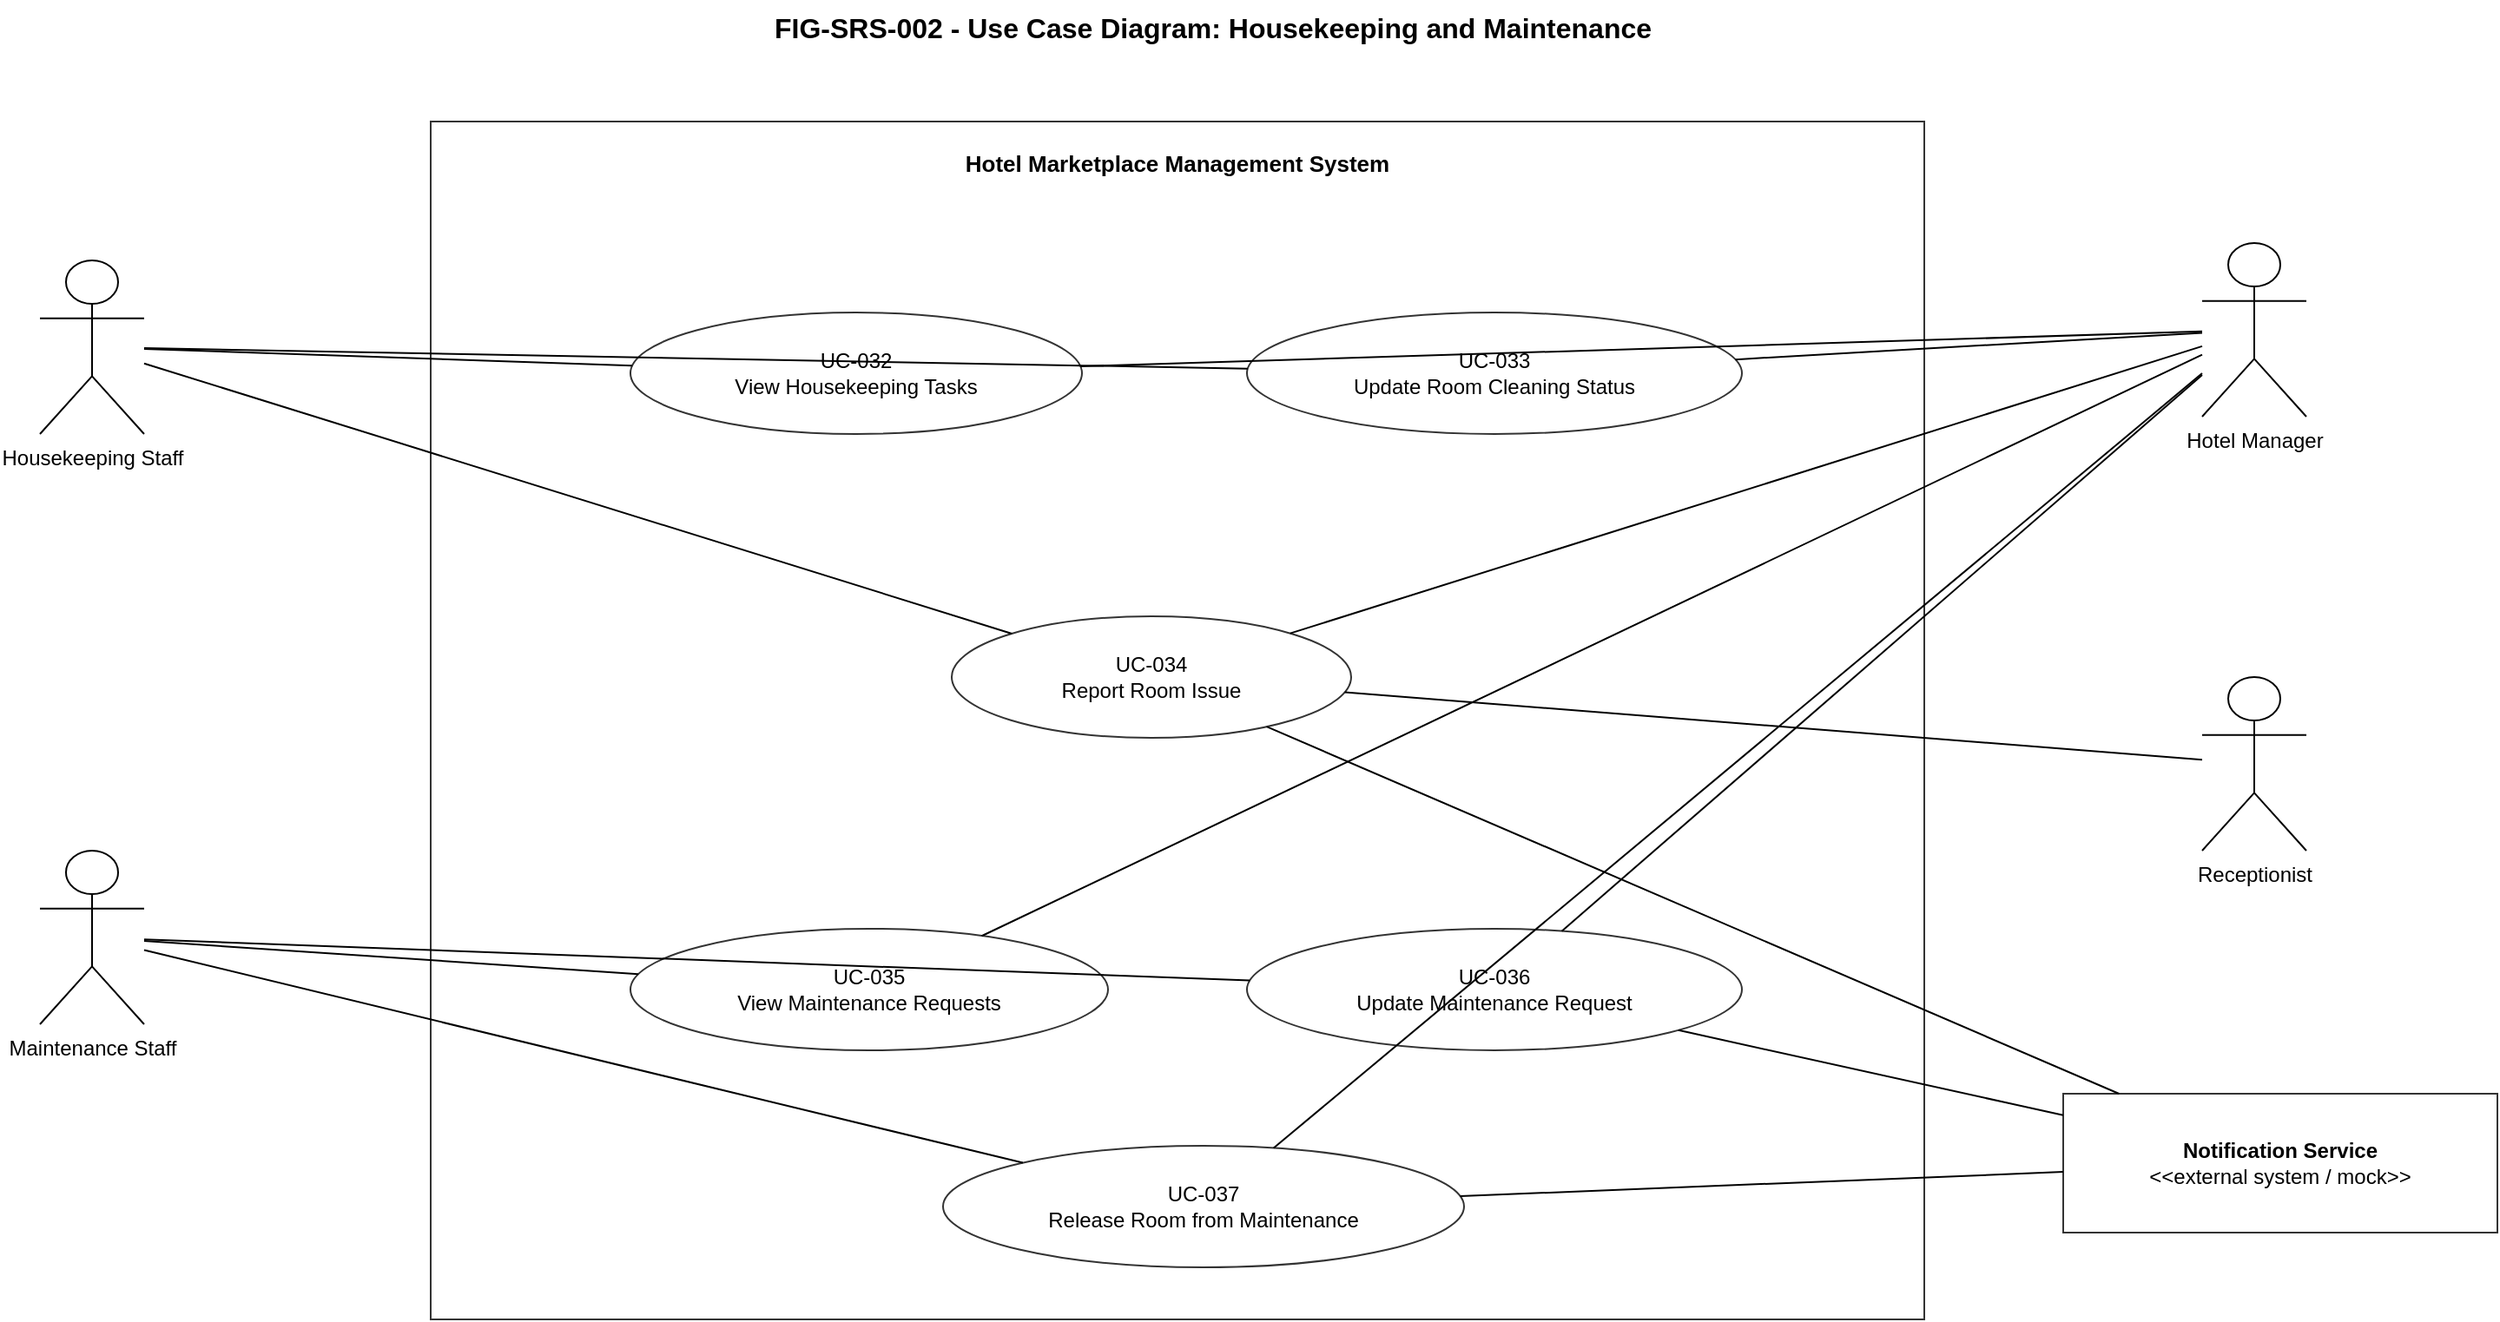
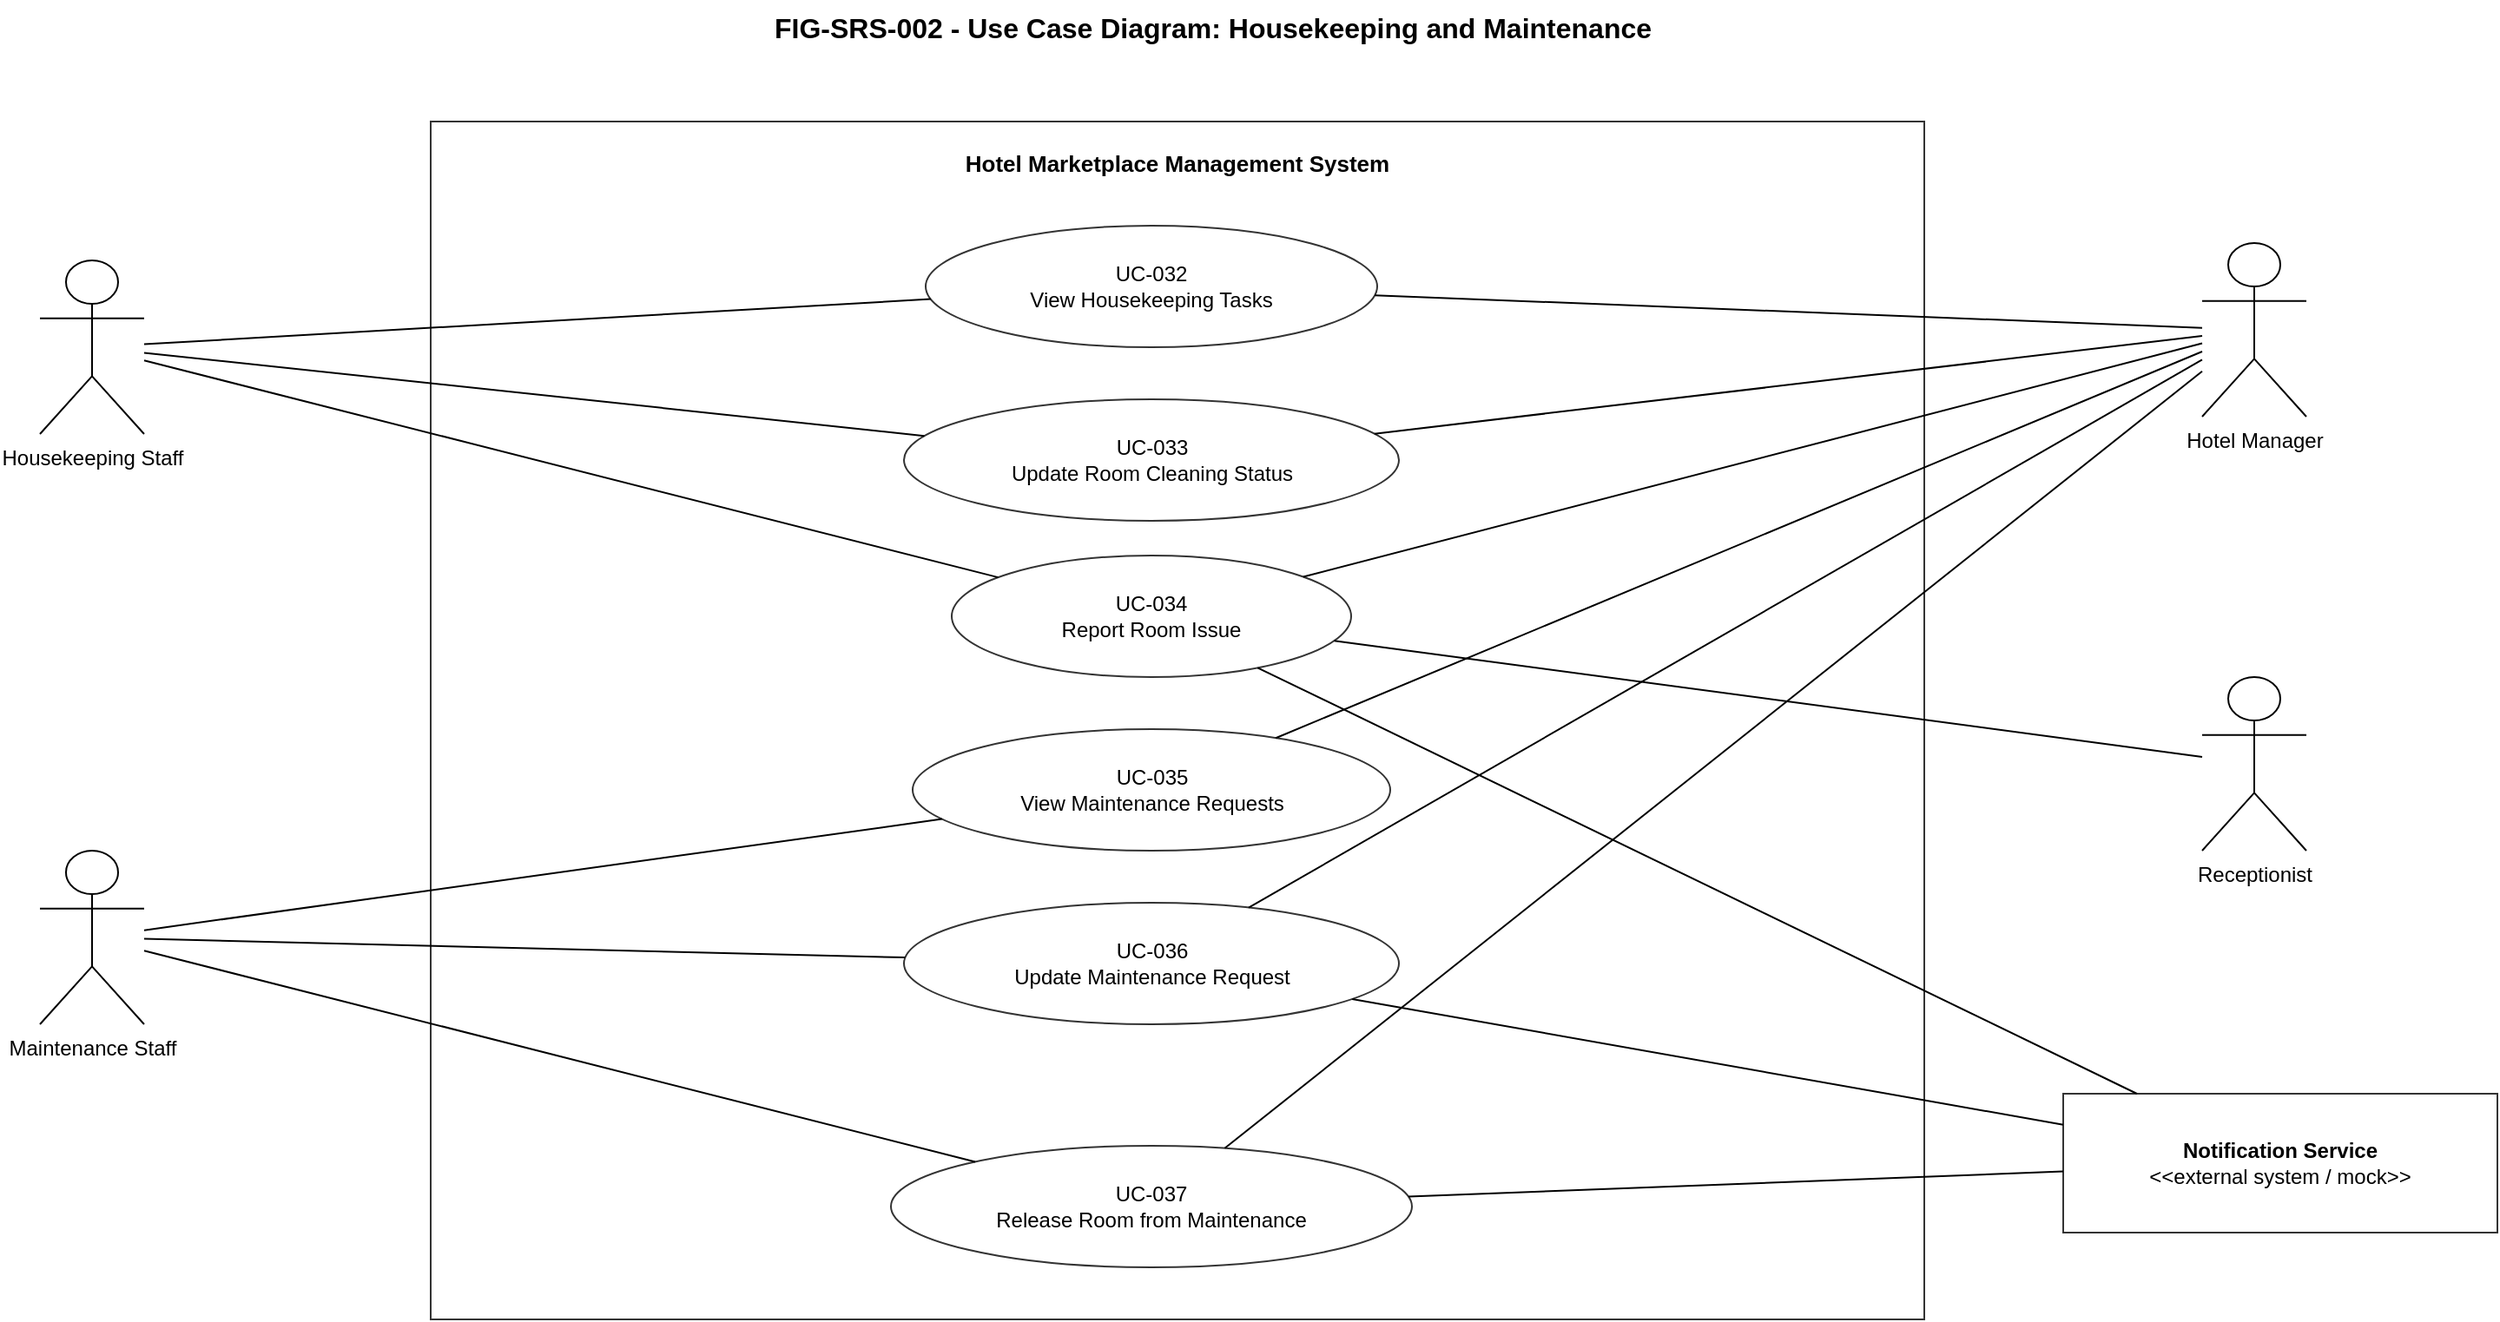
- <mxfile host="app.diagrams.net">
-   <diagram name="FIG-SRS-002 - Housekeeping and Maintenance">
-     <mxGraphModel dx="1200" dy="800" grid="1" gridSize="10" guides="1" tooltips="1" connect="1" arrows="1" fold="1" page="1" pageScale="1" pageWidth="1600" pageHeight="1000" math="0" shadow="0">
+ <mxfile host="Electron" agent="Mozilla/5.0 (Windows NT 10.0; Win64; x64) AppleWebKit/537.36 (KHTML, like Gecko) draw.io/29.6.6 Chrome/144.0.7559.236 Electron/40.8.4 Safari/537.36" version="29.6.6">
+   <diagram name="FIG-SRS-002 - Housekeeping and Maintenance" id="0">
+     <mxGraphModel dx="1489" dy="894" grid="1" gridSize="10" guides="1" tooltips="1" connect="1" arrows="1" fold="1" page="1" pageScale="1" pageWidth="1600" pageHeight="1000" math="0" shadow="0">
      <root>
-         <mxCell id="0"/>
-         <mxCell id="1" parent="0"/>
-         <mxCell id="title" value="FIG-SRS-002 - Use Case Diagram: Housekeeping and Maintenance" style="text;html=1;strokeColor=none;fillColor=none;fontSize=16;fontStyle=1;align=center;" vertex="1" parent="1">
-           <mxGeometry x="390" y="30" width="820" height="40" as="geometry"/>
+         <mxCell id="0" />
+         <mxCell id="1" parent="0" />
+         <mxCell id="title" parent="1" style="text;html=1;strokeColor=none;fillColor=none;fontSize=16;fontStyle=1;align=center;" value="FIG-SRS-002 - Use Case Diagram: Housekeeping and Maintenance" vertex="1">
+           <mxGeometry height="40" width="820" x="390" y="30" as="geometry" />
        </mxCell>
-         <mxCell id="boundary_housekeeping_maintenance" value="Hotel Marketplace Management System" style="rounded=0;whiteSpace=wrap;html=1;fillColor=none;strokeColor=#333333;strokeWidth=1;fontSize=13;fontStyle=1;verticalAlign=top;align=center;spacingTop=10;" vertex="1" parent="1">
-           <mxGeometry x="350" y="100" width="860" height="690" as="geometry"/>
+         <mxCell id="boundary_housekeeping_maintenance" parent="1" style="rounded=0;whiteSpace=wrap;html=1;fillColor=none;strokeColor=#333333;strokeWidth=1;fontSize=13;fontStyle=1;verticalAlign=top;align=center;spacingTop=10;" value="Hotel Marketplace Management System" vertex="1">
+           <mxGeometry height="690" width="860" x="350" y="100" as="geometry" />
        </mxCell>
-         <mxCell id="actor_housekeeping" value="Housekeeping Staff" style="shape=umlActor;verticalLabelPosition=bottom;verticalAlign=top;html=1;outlineConnect=0;fontSize=12;" vertex="1" parent="1">
-           <mxGeometry x="125" y="180" width="60" height="100" as="geometry"/>
+         <mxCell id="uc_032" parent="boundary_housekeeping_maintenance" style="ellipse;whiteSpace=wrap;html=1;fillColor=#ffffff;strokeColor=#333333;fontSize=12;" value="UC-032&#xa;View Housekeeping Tasks" vertex="1">
+           <mxGeometry height="70" width="260" x="285" y="60" as="geometry" />
        </mxCell>
-         <mxCell id="actor_maintenance" value="Maintenance Staff" style="shape=umlActor;verticalLabelPosition=bottom;verticalAlign=top;html=1;outlineConnect=0;fontSize=12;" vertex="1" parent="1">
-           <mxGeometry x="125" y="520" width="60" height="100" as="geometry"/>
+         <mxCell id="uc_033" parent="boundary_housekeeping_maintenance" style="ellipse;whiteSpace=wrap;html=1;fillColor=#ffffff;strokeColor=#333333;fontSize=12;" value="UC-033&#xa;Update Room Cleaning Status" vertex="1">
+           <mxGeometry height="70" width="285" x="272.5" y="160" as="geometry" />
        </mxCell>
-         <mxCell id="actor_manager" value="Hotel Manager" style="shape=umlActor;verticalLabelPosition=bottom;verticalAlign=top;html=1;outlineConnect=0;fontSize=12;" vertex="1" parent="1">
-           <mxGeometry x="1370" y="170" width="60" height="100" as="geometry"/>
+         <mxCell id="uc_034" parent="boundary_housekeeping_maintenance" style="ellipse;whiteSpace=wrap;html=1;fillColor=#ffffff;strokeColor=#333333;fontSize=12;" value="UC-034&#xa;Report Room Issue" vertex="1">
+           <mxGeometry height="70" width="230" x="300" y="250" as="geometry" />
        </mxCell>
-         <mxCell id="actor_receptionist" value="Receptionist" style="shape=umlActor;verticalLabelPosition=bottom;verticalAlign=top;html=1;outlineConnect=0;fontSize=12;" vertex="1" parent="1">
-           <mxGeometry x="1370" y="420" width="60" height="100" as="geometry"/>
+         <mxCell id="uc_035" parent="boundary_housekeeping_maintenance" style="ellipse;whiteSpace=wrap;html=1;fillColor=#ffffff;strokeColor=#333333;fontSize=12;" value="UC-035&#xa;View Maintenance Requests" vertex="1">
+           <mxGeometry height="70" width="275" x="277.5" y="350" as="geometry" />
        </mxCell>
-         <mxCell id="actor_notification" value="&lt;b&gt;Notification Service&lt;/b&gt;&lt;br&gt;&amp;lt;&amp;lt;external system / mock&amp;gt;&amp;gt;" style="rounded=0;whiteSpace=wrap;html=1;fillColor=#ffffff;strokeColor=#333333;fontSize=12;align=center;verticalAlign=middle;" vertex="1" parent="1">
-           <mxGeometry x="1290" y="660" width="250" height="80" as="geometry"/>
+         <mxCell id="uc_036" parent="boundary_housekeeping_maintenance" style="ellipse;whiteSpace=wrap;html=1;fillColor=#ffffff;strokeColor=#333333;fontSize=12;" value="UC-036&#xa;Update Maintenance Request" vertex="1">
+           <mxGeometry height="70" width="285" x="272.5" y="450" as="geometry" />
        </mxCell>
-         <mxCell id="uc_032" value="UC-032&#xa;View Housekeeping Tasks" style="ellipse;whiteSpace=wrap;html=1;fillColor=#ffffff;strokeColor=#333333;fontSize=12;" vertex="1" parent="boundary_housekeeping_maintenance">
-           <mxGeometry x="115" y="110" width="260" height="70" as="geometry"/>
+         <mxCell id="uc_037" parent="boundary_housekeeping_maintenance" style="ellipse;whiteSpace=wrap;html=1;fillColor=#ffffff;strokeColor=#333333;fontSize=12;" value="UC-037&#xa;Release Room from Maintenance" vertex="1">
+           <mxGeometry height="70" width="300" x="265" y="590" as="geometry" />
        </mxCell>
-         <mxCell id="uc_033" value="UC-033&#xa;Update Room Cleaning Status" style="ellipse;whiteSpace=wrap;html=1;fillColor=#ffffff;strokeColor=#333333;fontSize=12;" vertex="1" parent="boundary_housekeeping_maintenance">
-           <mxGeometry x="470" y="110" width="285" height="70" as="geometry"/>
+         <mxCell id="actor_housekeeping" parent="1" style="shape=umlActor;verticalLabelPosition=bottom;verticalAlign=top;html=1;outlineConnect=0;fontSize=12;" value="Housekeeping Staff" vertex="1">
+           <mxGeometry height="100" width="60" x="125" y="180" as="geometry" />
        </mxCell>
-         <mxCell id="uc_034" value="UC-034&#xa;Report Room Issue" style="ellipse;whiteSpace=wrap;html=1;fillColor=#ffffff;strokeColor=#333333;fontSize=12;" vertex="1" parent="boundary_housekeeping_maintenance">
-           <mxGeometry x="300" y="285" width="230" height="70" as="geometry"/>
+         <mxCell id="actor_maintenance" parent="1" style="shape=umlActor;verticalLabelPosition=bottom;verticalAlign=top;html=1;outlineConnect=0;fontSize=12;" value="Maintenance Staff" vertex="1">
+           <mxGeometry height="100" width="60" x="125" y="520" as="geometry" />
        </mxCell>
-         <mxCell id="uc_035" value="UC-035&#xa;View Maintenance Requests" style="ellipse;whiteSpace=wrap;html=1;fillColor=#ffffff;strokeColor=#333333;fontSize=12;" vertex="1" parent="boundary_housekeeping_maintenance">
-           <mxGeometry x="115" y="465" width="275" height="70" as="geometry"/>
+         <mxCell id="actor_manager" parent="1" style="shape=umlActor;verticalLabelPosition=bottom;verticalAlign=top;html=1;outlineConnect=0;fontSize=12;" value="Hotel Manager" vertex="1">
+           <mxGeometry height="100" width="60" x="1370" y="170" as="geometry" />
        </mxCell>
-         <mxCell id="uc_036" value="UC-036&#xa;Update Maintenance Request" style="ellipse;whiteSpace=wrap;html=1;fillColor=#ffffff;strokeColor=#333333;fontSize=12;" vertex="1" parent="boundary_housekeeping_maintenance">
-           <mxGeometry x="470" y="465" width="285" height="70" as="geometry"/>
+         <mxCell id="actor_receptionist" parent="1" style="shape=umlActor;verticalLabelPosition=bottom;verticalAlign=top;html=1;outlineConnect=0;fontSize=12;" value="Receptionist" vertex="1">
+           <mxGeometry height="100" width="60" x="1370" y="420" as="geometry" />
        </mxCell>
-         <mxCell id="uc_037" value="UC-037&#xa;Release Room from Maintenance" style="ellipse;whiteSpace=wrap;html=1;fillColor=#ffffff;strokeColor=#333333;fontSize=12;" vertex="1" parent="boundary_housekeeping_maintenance">
-           <mxGeometry x="295" y="590" width="300" height="70" as="geometry"/>
+         <mxCell id="actor_notification" parent="1" style="rounded=0;whiteSpace=wrap;html=1;fillColor=#ffffff;strokeColor=#333333;fontSize=12;align=center;verticalAlign=middle;" value="&lt;b&gt;Notification Service&lt;/b&gt;&lt;br&gt;&amp;lt;&amp;lt;external system / mock&amp;gt;&amp;gt;" vertex="1">
+           <mxGeometry height="80" width="250" x="1290" y="660" as="geometry" />
        </mxCell>
-         <mxCell id="a_housekeeping_view" style="endArrow=none;html=1;rounded=0;" edge="1" parent="1" source="actor_housekeeping" target="uc_032"><mxGeometry relative="1" as="geometry"/></mxCell>
-         <mxCell id="a_housekeeping_update" style="endArrow=none;html=1;rounded=0;" edge="1" parent="1" source="actor_housekeeping" target="uc_033"><mxGeometry relative="1" as="geometry"/></mxCell>
-         <mxCell id="a_housekeeping_issue" style="endArrow=none;html=1;rounded=0;" edge="1" parent="1" source="actor_housekeeping" target="uc_034"><mxGeometry relative="1" as="geometry"/></mxCell>
-         <mxCell id="a_maintenance_view" style="endArrow=none;html=1;rounded=0;" edge="1" parent="1" source="actor_maintenance" target="uc_035"><mxGeometry relative="1" as="geometry"/></mxCell>
-         <mxCell id="a_maintenance_update" style="endArrow=none;html=1;rounded=0;" edge="1" parent="1" source="actor_maintenance" target="uc_036"><mxGeometry relative="1" as="geometry"/></mxCell>
-         <mxCell id="a_maintenance_release" style="endArrow=none;html=1;rounded=0;" edge="1" parent="1" source="actor_maintenance" target="uc_037"><mxGeometry relative="1" as="geometry"/></mxCell>
-         <mxCell id="a_manager_housekeeping_view" style="endArrow=none;html=1;rounded=0;" edge="1" parent="1" source="actor_manager" target="uc_032"><mxGeometry relative="1" as="geometry"/></mxCell>
-         <mxCell id="a_manager_cleaning_update" style="endArrow=none;html=1;rounded=0;" edge="1" parent="1" source="actor_manager" target="uc_033"><mxGeometry relative="1" as="geometry"/></mxCell>
-         <mxCell id="a_manager_issue" style="endArrow=none;html=1;rounded=0;" edge="1" parent="1" source="actor_manager" target="uc_034"><mxGeometry relative="1" as="geometry"/></mxCell>
-         <mxCell id="a_manager_maintenance_view" style="endArrow=none;html=1;rounded=0;" edge="1" parent="1" source="actor_manager" target="uc_035"><mxGeometry relative="1" as="geometry"/></mxCell>
-         <mxCell id="a_manager_maintenance_update" style="endArrow=none;html=1;rounded=0;" edge="1" parent="1" source="actor_manager" target="uc_036"><mxGeometry relative="1" as="geometry"/></mxCell>
-         <mxCell id="a_manager_release" style="endArrow=none;html=1;rounded=0;" edge="1" parent="1" source="actor_manager" target="uc_037"><mxGeometry relative="1" as="geometry"/></mxCell>
-         <mxCell id="a_receptionist_issue" style="endArrow=none;html=1;rounded=0;" edge="1" parent="1" source="actor_receptionist" target="uc_034"><mxGeometry relative="1" as="geometry"/></mxCell>
-         <mxCell id="a_notification_issue" style="endArrow=none;html=1;rounded=0;" edge="1" parent="1" source="actor_notification" target="uc_034"><mxGeometry relative="1" as="geometry"/></mxCell>
-         <mxCell id="a_notification_update" style="endArrow=none;html=1;rounded=0;" edge="1" parent="1" source="actor_notification" target="uc_036"><mxGeometry relative="1" as="geometry"/></mxCell>
-         <mxCell id="a_notification_release" style="endArrow=none;html=1;rounded=0;" edge="1" parent="1" source="actor_notification" target="uc_037"><mxGeometry relative="1" as="geometry"/></mxCell>
+         <mxCell id="a_housekeeping_view" edge="1" parent="1" source="actor_housekeeping" style="endArrow=none;html=1;rounded=0;" target="uc_032">
+           <mxGeometry relative="1" as="geometry" />
+         </mxCell>
+         <mxCell id="a_housekeeping_update" edge="1" parent="1" source="actor_housekeeping" style="endArrow=none;html=1;rounded=0;" target="uc_033">
+           <mxGeometry relative="1" as="geometry" />
+         </mxCell>
+         <mxCell id="a_housekeeping_issue" edge="1" parent="1" source="actor_housekeeping" style="endArrow=none;html=1;rounded=0;" target="uc_034">
+           <mxGeometry relative="1" as="geometry" />
+         </mxCell>
+         <mxCell id="a_maintenance_view" edge="1" parent="1" source="actor_maintenance" style="endArrow=none;html=1;rounded=0;" target="uc_035">
+           <mxGeometry relative="1" as="geometry" />
+         </mxCell>
+         <mxCell id="a_maintenance_update" edge="1" parent="1" source="actor_maintenance" style="endArrow=none;html=1;rounded=0;" target="uc_036">
+           <mxGeometry relative="1" as="geometry" />
+         </mxCell>
+         <mxCell id="a_maintenance_release" edge="1" parent="1" source="actor_maintenance" style="endArrow=none;html=1;rounded=0;" target="uc_037">
+           <mxGeometry relative="1" as="geometry" />
+         </mxCell>
+         <mxCell id="a_manager_housekeeping_view" edge="1" parent="1" source="actor_manager" style="endArrow=none;html=1;rounded=0;" target="uc_032">
+           <mxGeometry relative="1" as="geometry" />
+         </mxCell>
+         <mxCell id="a_manager_cleaning_update" edge="1" parent="1" source="actor_manager" style="endArrow=none;html=1;rounded=0;" target="uc_033">
+           <mxGeometry relative="1" as="geometry" />
+         </mxCell>
+         <mxCell id="a_manager_issue" edge="1" parent="1" source="actor_manager" style="endArrow=none;html=1;rounded=0;" target="uc_034">
+           <mxGeometry relative="1" as="geometry" />
+         </mxCell>
+         <mxCell id="a_manager_maintenance_view" edge="1" parent="1" source="actor_manager" style="endArrow=none;html=1;rounded=0;" target="uc_035">
+           <mxGeometry relative="1" as="geometry" />
+         </mxCell>
+         <mxCell id="a_manager_maintenance_update" edge="1" parent="1" source="actor_manager" style="endArrow=none;html=1;rounded=0;" target="uc_036">
+           <mxGeometry relative="1" as="geometry" />
+         </mxCell>
+         <mxCell id="a_manager_release" edge="1" parent="1" source="actor_manager" style="endArrow=none;html=1;rounded=0;" target="uc_037">
+           <mxGeometry relative="1" as="geometry" />
+         </mxCell>
+         <mxCell id="a_receptionist_issue" edge="1" parent="1" source="actor_receptionist" style="endArrow=none;html=1;rounded=0;" target="uc_034">
+           <mxGeometry relative="1" as="geometry" />
+         </mxCell>
+         <mxCell id="a_notification_issue" edge="1" parent="1" source="actor_notification" style="endArrow=none;html=1;rounded=0;" target="uc_034">
+           <mxGeometry relative="1" as="geometry" />
+         </mxCell>
+         <mxCell id="a_notification_update" edge="1" parent="1" source="actor_notification" style="endArrow=none;html=1;rounded=0;" target="uc_036">
+           <mxGeometry relative="1" as="geometry" />
+         </mxCell>
+         <mxCell id="a_notification_release" edge="1" parent="1" source="actor_notification" style="endArrow=none;html=1;rounded=0;" target="uc_037">
+           <mxGeometry relative="1" as="geometry" />
+         </mxCell>
      </root>
    </mxGraphModel>
  </diagram>
</mxfile>
